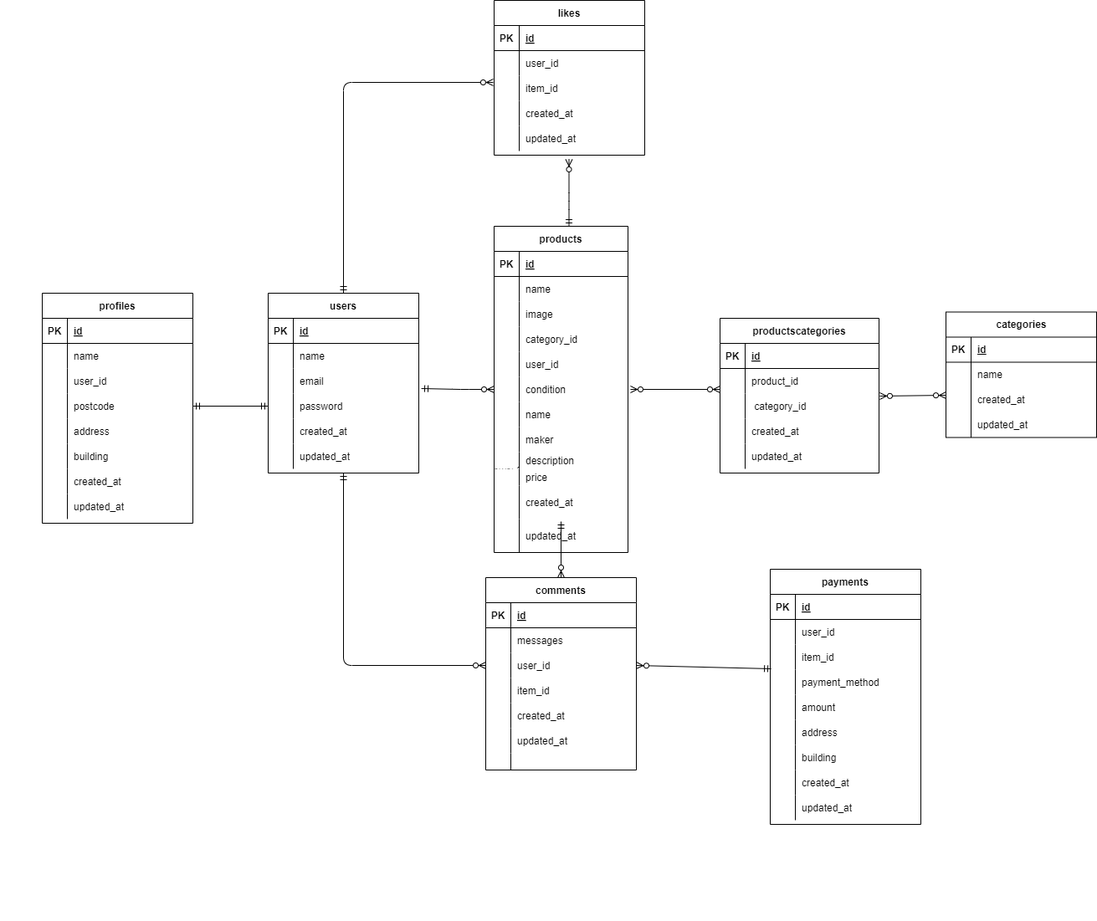
This is .drawio.png from momoca-13/furima, a draw.io export, as it was before one commit. Source tidied: cells renumbered, new cells last; positions are measured from the earlier drawing's top-left corner, leaving out a move shared by most shapes.
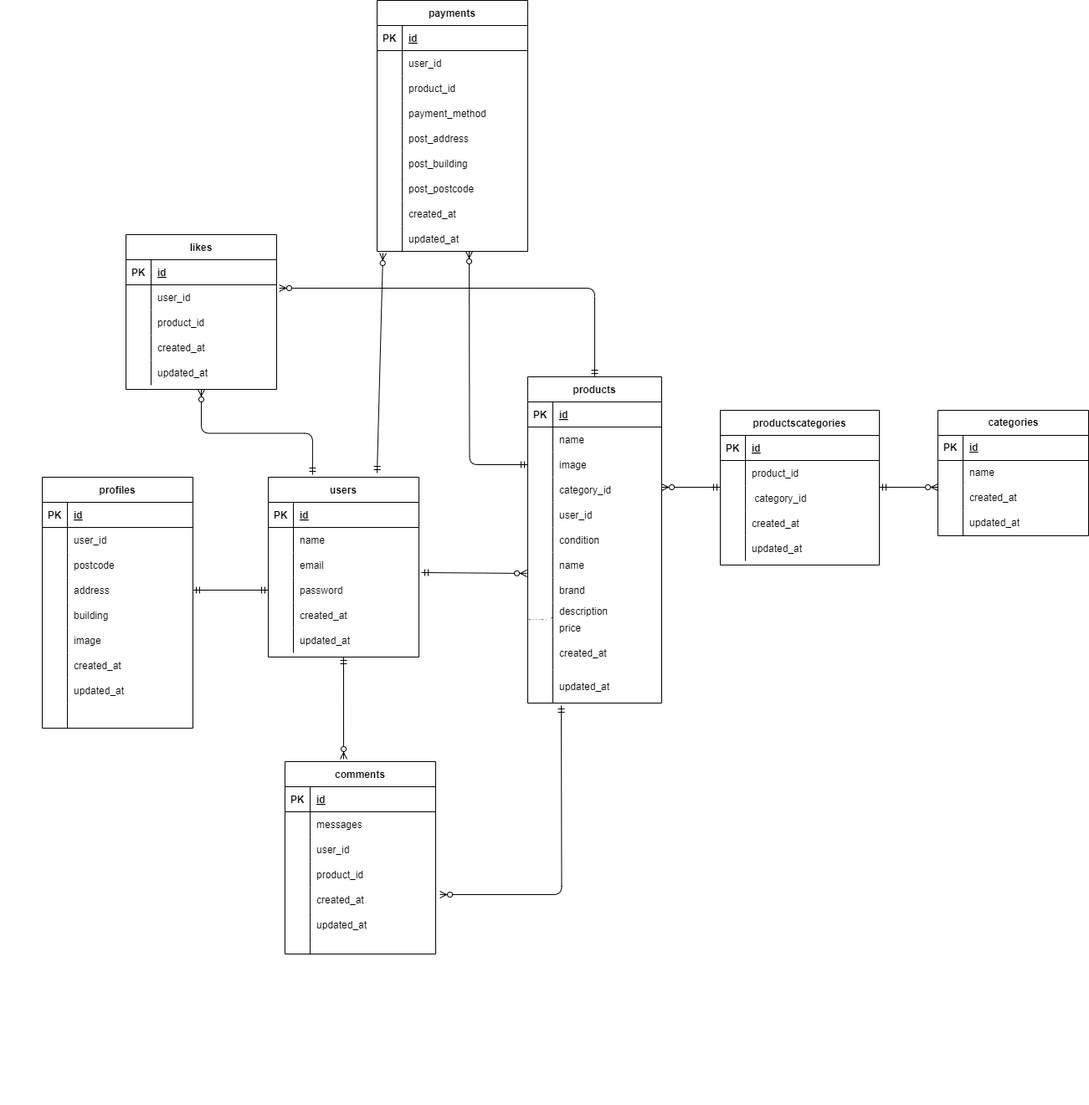
After the commit.

Change to the diagram source:
```diff
@@ -5,3 +5,3 @@
     <mxCell id="2" value="profiles" style="shape=table;startSize=30;rowLines=0;fontStyle=1;align=center;strokeColor=#000000;fontColor=#000000;fillColor=#FFFFFF;" parent="1" vertex="1">
-      <mxGeometry x="50" y="350" width="180" height="275" as="geometry" />
+      <mxGeometry x="50" y="350" width="180" height="300" as="geometry" />
     </mxCell>
@@ -22,3 +22,3 @@
     </mxCell>
-    <mxCell id="8" value="name" style="shape=partialRectangle;fillColor=none;top=0;left=0;bottom=0;right=0;align=left;spacingLeft=6;overflow=hidden;strokeColor=#000000;fontColor=#000000;" parent="6" vertex="1">
+    <mxCell id="8" value="user_id" style="shape=partialRectangle;fillColor=none;top=0;left=0;bottom=0;right=0;align=left;spacingLeft=6;overflow=hidden;strokeColor=#000000;fontColor=#000000;" parent="6" vertex="1">
       <mxGeometry x="30" width="150" height="30" as="geometry" />
@@ -31,3 +31,3 @@
     </mxCell>
-    <mxCell id="11" value="user_id" style="shape=partialRectangle;fillColor=none;top=0;left=0;bottom=0;right=0;align=left;spacingLeft=6;overflow=hidden;strokeColor=#000000;fontColor=#000000;" parent="9" vertex="1">
+    <mxCell id="11" value="postcode" style="shape=partialRectangle;fillColor=none;top=0;left=0;bottom=0;right=0;align=left;spacingLeft=6;overflow=hidden;strokeColor=#000000;fontColor=#000000;" parent="9" vertex="1">
       <mxGeometry x="30" width="150" height="30" as="geometry" />
@@ -40,3 +40,3 @@
     </mxCell>
-    <mxCell id="14" value="postcode" style="shape=partialRectangle;fillColor=none;top=0;left=0;bottom=0;right=0;align=left;spacingLeft=6;overflow=hidden;strokeColor=#000000;fontColor=#000000;" parent="12" vertex="1">
+    <mxCell id="14" value="address" style="shape=partialRectangle;fillColor=none;top=0;left=0;bottom=0;right=0;align=left;spacingLeft=6;overflow=hidden;strokeColor=#000000;fontColor=#000000;" parent="12" vertex="1">
       <mxGeometry x="30" width="150" height="30" as="geometry" />
@@ -49,3 +49,3 @@
     </mxCell>
-    <mxCell id="17" value="address" style="shape=partialRectangle;fillColor=none;top=0;left=0;bottom=0;right=0;align=left;spacingLeft=6;overflow=hidden;strokeColor=#000000;fontColor=#000000;" parent="15" vertex="1">
+    <mxCell id="17" value="building" style="shape=partialRectangle;fillColor=none;top=0;left=0;bottom=0;right=0;align=left;spacingLeft=6;overflow=hidden;strokeColor=#000000;fontColor=#000000;" parent="15" vertex="1">
       <mxGeometry x="30" width="150" height="30" as="geometry" />
@@ -58,3 +58,3 @@
     </mxCell>
-    <mxCell id="20" value="building" style="shape=partialRectangle;fillColor=none;top=0;left=0;bottom=0;right=0;align=left;spacingLeft=6;overflow=hidden;strokeColor=#000000;fontColor=#000000;" parent="18" vertex="1">
+    <mxCell id="20" value="image" style="shape=partialRectangle;fillColor=none;top=0;left=0;bottom=0;right=0;align=left;spacingLeft=6;overflow=hidden;strokeColor=#000000;fontColor=#000000;" parent="18" vertex="1">
       <mxGeometry x="30" width="150" height="30" as="geometry" />
@@ -79,4 +79,13 @@
     </mxCell>
+    <mxCell id="191" style="shape=tableRow;horizontal=0;startSize=0;swimlaneHead=0;swimlaneBody=0;fillColor=none;top=0;left=0;right=0;bottom=0;strokeColor=#000000;fontColor=#000000;" parent="2" vertex="1">
+      <mxGeometry y="270" width="180" height="30" as="geometry" />
+    </mxCell>
+    <mxCell id="192" style="shape=partialRectangle;fillColor=none;top=0;left=0;bottom=0;right=0;overflow=hidden;strokeColor=#000000;fontColor=#000000;" parent="191" vertex="1">
+      <mxGeometry width="30" height="30" as="geometry" />
+    </mxCell>
+    <mxCell id="193" style="shape=partialRectangle;fillColor=none;top=0;left=0;bottom=0;right=0;align=left;spacingLeft=6;overflow=hidden;strokeColor=#000000;fontColor=#000000;" parent="191" vertex="1">
+      <mxGeometry x="30" width="150" height="30" as="geometry" />
+    </mxCell>
     <mxCell id="27" value="productscategories" style="shape=table;startSize=30;rowLines=0;fontStyle=1;align=center;strokeColor=#000000;fontColor=#000000;fillColor=#FFFFFF;" parent="1" vertex="1">
-      <mxGeometry x="860" y="380" width="190" height="185" as="geometry" />
+      <mxGeometry x="860" y="270" width="190" height="185" as="geometry" />
     </mxCell>
@@ -128,3 +137,3 @@
     <mxCell id="43" value="products" style="shape=table;startSize=30;rowLines=0;fontStyle=1;align=center;strokeColor=#000000;fontColor=#000000;fillColor=#FFFFFF;" parent="1" vertex="1">
-      <mxGeometry x="590" y="270" width="160" height="390" as="geometry" />
+      <mxGeometry x="630" y="230" width="160" height="390" as="geometry" />
     </mxCell>
@@ -199,3 +208,3 @@
     </mxCell>
-    <mxCell id="67" value="maker" style="shape=partialRectangle;fillColor=none;top=0;left=0;bottom=0;right=0;align=left;spacingLeft=6;overflow=hidden;strokeColor=#000000;fontColor=#000000;" parent="65" vertex="1">
+    <mxCell id="67" value="brand" style="shape=partialRectangle;fillColor=none;top=0;left=0;bottom=0;right=0;align=left;spacingLeft=6;overflow=hidden;strokeColor=#000000;fontColor=#000000;" parent="65" vertex="1">
       <mxGeometry x="30" width="130" height="30" as="geometry" />
@@ -296,3 +305,3 @@
     <mxCell id="99" value="likes" style="shape=table;startSize=30;rowLines=0;fontStyle=1;align=center;strokeColor=#000000;fontColor=#000000;fillColor=#FFFFFF;" parent="1" vertex="1">
-      <mxGeometry x="590" width="180" height="185" as="geometry" />
+      <mxGeometry x="150" y="60" width="180" height="185" as="geometry" />
     </mxCell>
@@ -322,3 +331,3 @@
     </mxCell>
-    <mxCell id="108" value="item_id" style="shape=partialRectangle;fillColor=none;top=0;left=0;bottom=0;right=0;align=left;spacingLeft=6;overflow=hidden;strokeColor=#000000;fontColor=#000000;" parent="106" vertex="1">
+    <mxCell id="108" value="product_id" style="shape=partialRectangle;fillColor=none;top=0;left=0;bottom=0;right=0;align=left;spacingLeft=6;overflow=hidden;strokeColor=#000000;fontColor=#000000;" parent="106" vertex="1">
       <mxGeometry x="30" width="150" height="30" as="geometry" />
@@ -344,3 +353,3 @@
     <mxCell id="115" value="comments" style="shape=table;startSize=30;rowLines=0;fontStyle=1;align=center;strokeColor=#000000;fontColor=#000000;fillColor=#FFFFFF;" parent="1" vertex="1">
-      <mxGeometry x="580" y="690" width="180" height="230" as="geometry" />
+      <mxGeometry x="340" y="690" width="180" height="230" as="geometry" />
     </mxCell>
@@ -379,3 +388,3 @@
     </mxCell>
-    <mxCell id="127" value="item_id" style="shape=partialRectangle;fillColor=none;top=0;left=0;bottom=0;right=0;align=left;spacingLeft=6;overflow=hidden;strokeColor=#000000;fontColor=#000000;" parent="125" vertex="1">
+    <mxCell id="127" value="product_id" style="shape=partialRectangle;fillColor=none;top=0;left=0;bottom=0;right=0;align=left;spacingLeft=6;overflow=hidden;strokeColor=#000000;fontColor=#000000;" parent="125" vertex="1">
       <mxGeometry x="30" width="150" height="30" as="geometry" />
@@ -410,3 +419,3 @@
     <mxCell id="137" value="payments" style="shape=table;startSize=30;rowLines=0;fontStyle=1;align=center;strokeColor=#000000;fontColor=#000000;fillColor=#FFFFFF;" parent="1" vertex="1">
-      <mxGeometry x="920" y="680" width="180" height="305" as="geometry" />
+      <mxGeometry x="450" y="-220" width="180" height="300" as="geometry" />
     </mxCell>
@@ -436,3 +445,3 @@
     </mxCell>
-    <mxCell id="146" value="item_id" style="shape=partialRectangle;fillColor=none;top=0;left=0;bottom=0;right=0;align=left;spacingLeft=6;overflow=hidden;strokeColor=#000000;fontColor=#000000;" parent="144" vertex="1">
+    <mxCell id="146" value="product_id" style="shape=partialRectangle;fillColor=none;top=0;left=0;bottom=0;right=0;align=left;spacingLeft=6;overflow=hidden;strokeColor=#000000;fontColor=#000000;" parent="144" vertex="1">
       <mxGeometry x="30" width="150" height="30" as="geometry" />
@@ -454,3 +463,3 @@
     </mxCell>
-    <mxCell id="152" value="amount" style="shape=partialRectangle;fillColor=none;top=0;left=0;bottom=0;right=0;align=left;spacingLeft=6;overflow=hidden;strokeColor=#000000;fontColor=#000000;" parent="150" vertex="1">
+    <mxCell id="152" value="post_address" style="shape=partialRectangle;fillColor=none;top=0;left=0;bottom=0;right=0;align=left;spacingLeft=6;overflow=hidden;strokeColor=#000000;fontColor=#000000;" parent="150" vertex="1">
       <mxGeometry x="30" width="150" height="30" as="geometry" />
@@ -463,3 +472,3 @@
     </mxCell>
-    <mxCell id="155" value="address" style="shape=partialRectangle;fillColor=none;top=0;left=0;bottom=0;right=0;align=left;spacingLeft=6;overflow=hidden;strokeColor=#000000;fontColor=#000000;" parent="153" vertex="1">
+    <mxCell id="155" value="post_building" style="shape=partialRectangle;fillColor=none;top=0;left=0;bottom=0;right=0;align=left;spacingLeft=6;overflow=hidden;strokeColor=#000000;fontColor=#000000;" parent="153" vertex="1">
       <mxGeometry x="30" width="150" height="30" as="geometry" />
@@ -472,3 +481,3 @@
     </mxCell>
-    <mxCell id="158" value="building" style="shape=partialRectangle;fillColor=none;top=0;left=0;bottom=0;right=0;align=left;spacingLeft=6;overflow=hidden;strokeColor=#000000;fontColor=#000000;" parent="156" vertex="1">
+    <mxCell id="158" value="post_postcode" style="shape=partialRectangle;fillColor=none;top=0;left=0;bottom=0;right=0;align=left;spacingLeft=6;overflow=hidden;strokeColor=#000000;fontColor=#000000;" parent="156" vertex="1">
       <mxGeometry x="30" width="150" height="30" as="geometry" />
@@ -496,12 +505,6 @@
     </mxCell>
-    <mxCell id="166" style="fontSize=12;html=1;endArrow=ERzeroToMany;endFill=1;startArrow=ERzeroToMany;" parent="1" edge="1">
-      <mxGeometry relative="1" as="geometry">
-        <mxPoint x="860" y="465" as="sourcePoint" />
-        <mxPoint x="753" y="465" as="targetPoint" />
-      </mxGeometry>
-    </mxCell>
-    <mxCell id="167" style="fontSize=12;html=1;endArrow=ERzeroToMany;startArrow=ERmandOne;edgeStyle=orthogonalEdgeStyle;entryX=-0.006;entryY=0.267;entryDx=0;entryDy=0;entryPerimeter=0;exitX=0.5;exitY=0;exitDx=0;exitDy=0;" parent="1" edge="1" source="80" target="106">
+    <mxCell id="167" style="fontSize=12;html=1;endArrow=ERzeroToMany;startArrow=ERmandOne;exitX=0.294;exitY=-0.014;exitDx=0;exitDy=0;exitPerimeter=0;edgeStyle=orthogonalEdgeStyle;entryX=0.5;entryY=1;entryDx=0;entryDy=0;" parent="1" edge="1" source="80" target="99">
       <mxGeometry relative="1" as="geometry" />
     </mxCell>
-    <mxCell id="168" style="fontSize=12;html=1;endArrow=ERzeroToMany;startArrow=ERmandOne;edgeStyle=orthogonalEdgeStyle;entryX=0;entryY=0.5;entryDx=0;entryDy=0;exitX=0.5;exitY=1;exitDx=0;exitDy=0;" parent="1" edge="1" source="80" target="122">
+    <mxCell id="168" style="fontSize=12;html=1;endArrow=ERzeroToMany;startArrow=ERmandOne;entryX=0.389;entryY=-0.013;entryDx=0;entryDy=0;exitX=0.5;exitY=1;exitDx=0;exitDy=0;entryPerimeter=0;" parent="1" edge="1" source="80" target="115">
       <mxGeometry relative="1" as="geometry" />
@@ -520,27 +523,6 @@
     </mxCell>
-    <mxCell id="173" style="fontSize=12;html=1;endArrow=ERzeroToMany;startArrow=ERmandOne;exitX=1.017;exitY=0.8;exitDx=0;exitDy=0;exitPerimeter=0;entryX=0;entryY=0.5;entryDx=0;entryDy=0;" parent="1" edge="1" source="87" target="59">
-      <mxGeometry relative="1" as="geometry">
-        <Array as="points">
-          <mxPoint x="550" y="465" />
-        </Array>
-      </mxGeometry>
+    <mxCell id="173" style="fontSize=12;html=1;endArrow=ERzeroToMany;startArrow=ERmandOne;exitX=1.017;exitY=0.8;exitDx=0;exitDy=0;exitPerimeter=0;entryX=-0.006;entryY=0.833;entryDx=0;entryDy=0;entryPerimeter=0;" parent="1" edge="1" source="87" target="62">
+      <mxGeometry relative="1" as="geometry" />
     </mxCell>
-    <mxCell id="174" style="fontSize=12;html=1;endArrow=ERzeroToMany;endFill=1;startArrow=ERzeroToMany;exitX=1.005;exitY=0.1;exitDx=0;exitDy=0;exitPerimeter=0;" parent="1" edge="1" source="34">
-      <mxGeometry relative="1" as="geometry">
-        <mxPoint x="1130" y="472" as="targetPoint" />
-      </mxGeometry>
-    </mxCell>
-    <mxCell id="175" style="fontSize=12;html=1;endArrow=ERzeroToMany;startArrow=ERmandOne;entryX=1;entryY=0.5;entryDx=0;entryDy=0;exitX=0.006;exitY=-0.033;exitDx=0;exitDy=0;exitPerimeter=0;" parent="1" edge="1" source="147" target="122">
-      <mxGeometry relative="1" as="geometry" />
-    </mxCell>
-    <mxCell id="176" style="fontSize=12;html=1;endArrow=ERzeroToMany;startArrow=ERmandOne;" parent="1" edge="1">
-      <mxGeometry relative="1" as="geometry">
-        <mxPoint x="679.5" y="270" as="sourcePoint" />
-        <mxPoint x="679.5" y="190" as="targetPoint" />
-        <Array as="points">
-          <mxPoint x="679.5" y="240" />
-        </Array>
-      </mxGeometry>
-    </mxCell>
-    <mxCell id="177" style="fontSize=12;html=1;endArrow=ERzeroToMany;startArrow=ERmandOne;entryX=0.5;entryY=0;entryDx=0;entryDy=0;" parent="1" edge="1" target="115">
+    <mxCell id="177" style="fontSize=12;html=1;endArrow=ERzeroToMany;startArrow=ERmandOne;entryX=1.028;entryY=0.3;entryDx=0;entryDy=0;edgeStyle=orthogonalEdgeStyle;entryPerimeter=0;" parent="1" edge="1" target="128">
       <mxGeometry relative="1" as="geometry">
@@ -550,3 +532,3 @@
     <mxCell id="178" value="categories" style="shape=table;startSize=30;rowLines=0;fontStyle=1;align=center;html=1;" parent="1" vertex="1">
-      <mxGeometry x="1130" y="372.5" width="180" height="150" as="geometry" />
+      <mxGeometry x="1120" y="270" width="180" height="150" as="geometry" />
     </mxCell>
@@ -588,2 +570,27 @@
     </mxCell>
+    <mxCell id="194" style="fontSize=12;html=1;endArrow=ERzeroToMany;startArrow=ERmandOne;entryX=1.017;entryY=0.133;entryDx=0;entryDy=0;edgeStyle=orthogonalEdgeStyle;entryPerimeter=0;exitX=0.5;exitY=0;exitDx=0;exitDy=0;" parent="1" edge="1" source="43" target="103">
+      <mxGeometry relative="1" as="geometry" />
+    </mxCell>
+    <mxCell id="195" style="fontSize=12;html=1;endArrow=ERzeroToMany;startArrow=ERmandOne;" parent="1" edge="1">
+      <mxGeometry relative="1" as="geometry">
+        <mxPoint x="860" y="362" as="sourcePoint" />
+        <mxPoint x="790" y="362" as="targetPoint" />
+      </mxGeometry>
+    </mxCell>
+    <mxCell id="196" style="fontSize=12;html=1;endArrow=ERzeroToMany;startArrow=ERmandOne;" parent="1" edge="1">
+      <mxGeometry relative="1" as="geometry">
+        <mxPoint x="1050" y="362" as="sourcePoint" />
+        <mxPoint x="1120" y="362" as="targetPoint" />
+      </mxGeometry>
+    </mxCell>
+    <mxCell id="197" style="fontSize=12;html=1;endArrow=ERzeroToMany;startArrow=ERmandOne;edgeStyle=orthogonalEdgeStyle;exitX=0;exitY=0.5;exitDx=0;exitDy=0;" parent="1" edge="1" source="50">
+      <mxGeometry relative="1" as="geometry">
+        <mxPoint x="560" y="80" as="targetPoint" />
+      </mxGeometry>
+    </mxCell>
+    <mxCell id="198" style="fontSize=12;html=1;endArrow=ERzeroToMany;startArrow=ERmandOne;entryX=0.039;entryY=1.067;entryDx=0;entryDy=0;entryPerimeter=0;" parent="1" edge="1" target="162">
+      <mxGeometry relative="1" as="geometry">
+        <mxPoint x="450" y="345" as="sourcePoint" />
+      </mxGeometry>
+    </mxCell>
   </root>
```
